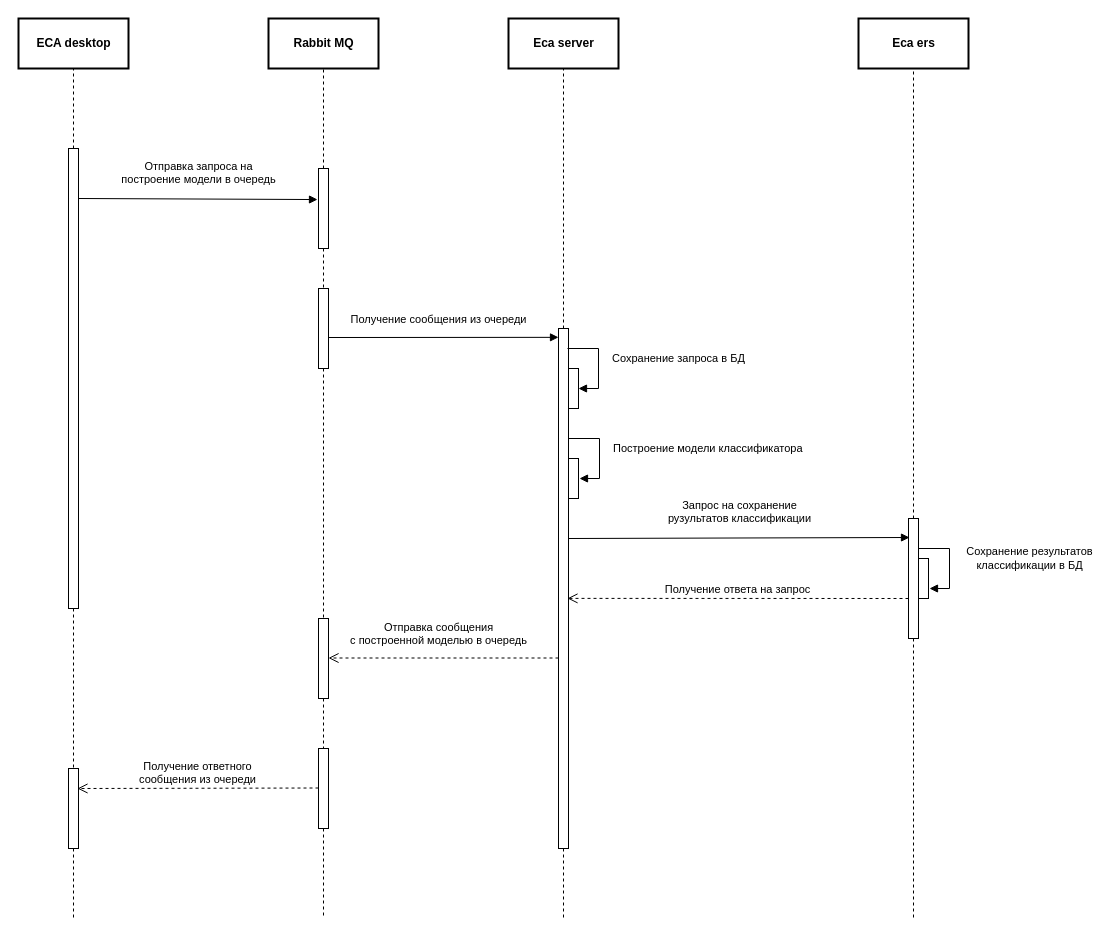
This is doc/schemas/Evaluation request sequence.drawio from Stonnos/eca-service, a draw.io file, before an edit. Source tidied: cells renumbered, new cells numbered last; positions are measured from the earlier drawing's top-left corner, leaving out a move shared by most shapes. Both pictures are drawn from the tidied source at 100%, with x=0, y=0 at pixel (18, 18).
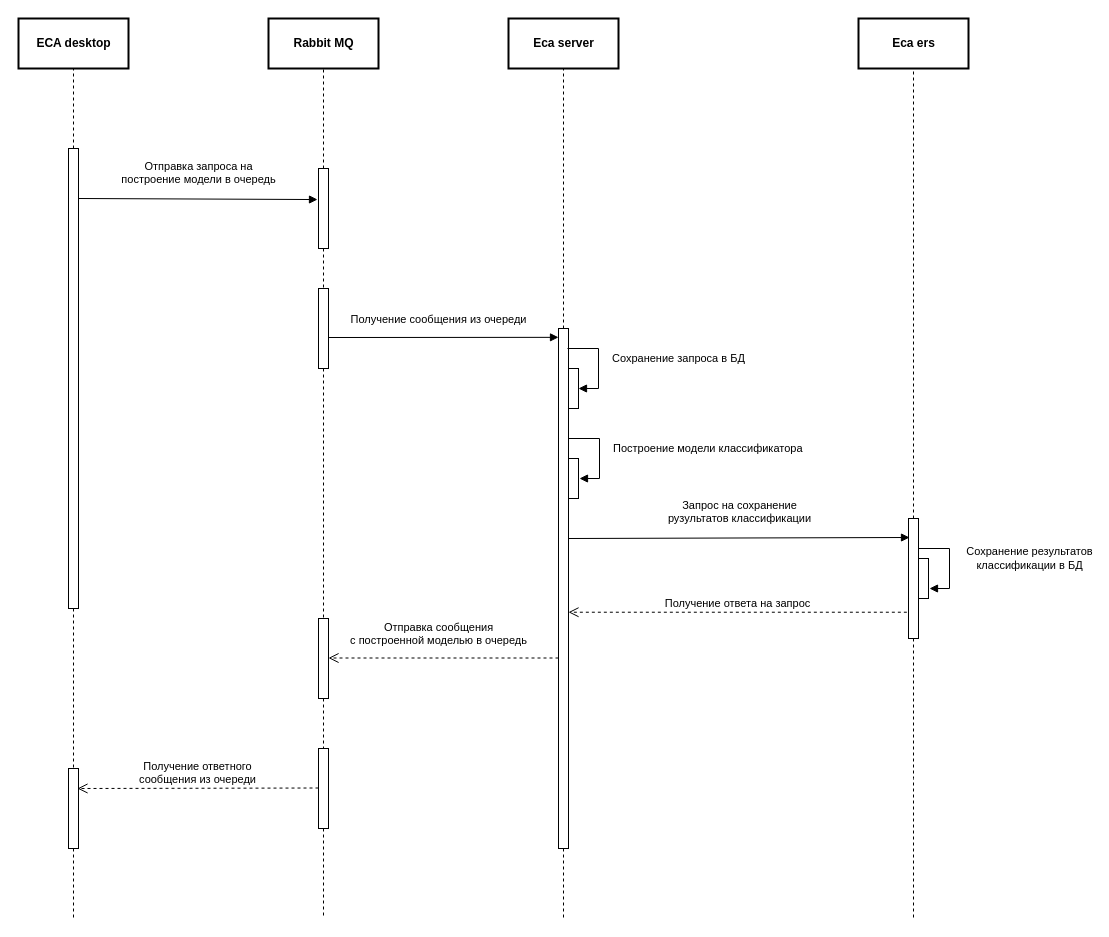
Above is the later version.

Unchanged cells that the change refers to:
```xml
<mxCell id="15" style="html=1;points=[];perimeter=orthogonalPerimeter;" parent="1" vertex="1">
  <mxGeometry x="540" y="310" width="10" height="520" as="geometry" />
</mxCell>
<mxCell id="24" style="html=1;points=[];perimeter=orthogonalPerimeter;" parent="1" vertex="1">
  <mxGeometry x="890" y="500" width="10" height="120" as="geometry" />
</mxCell>
```

Change to the diagram source:
```diff
@@
-    <mxCell id="26" value="&lt;font style=&quot;font-size: 11px&quot;&gt;Получение ответа на запрос&lt;/font&gt;" style="html=1;verticalAlign=bottom;endArrow=open;dashed=1;endSize=8;strokeColor=#000000;entryX=0.9;entryY=0.519;entryDx=0;entryDy=0;entryPerimeter=0;" parent="1" edge="1" target="15">
-      <mxGeometry relative="1" as="geometry">
-        <mxPoint x="890" y="580" as="sourcePoint" />
-      </mxGeometry>
+    <mxCell id="26" value="&lt;font style=&quot;font-size: 11px&quot;&gt;Получение ответа на запрос&lt;/font&gt;" style="html=1;verticalAlign=bottom;endArrow=open;dashed=1;endSize=8;strokeColor=#000000;exitX=-0.165;exitY=0.781;exitDx=0;exitDy=0;exitPerimeter=0;" parent="1" edge="1" source="24" target="15">
+      <mxGeometry relative="1" as="geometry" />
     </mxCell>
```
